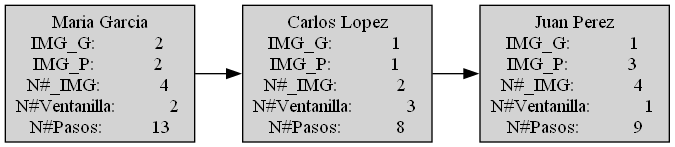
Serrano18/EDD_PROYECTO_202201989 keeps this Graphviz diagram as Proyecto/topmayores.dot.png. Above is the earlier version. Its source is kept beside it as Proyecto/topmayores.dot.
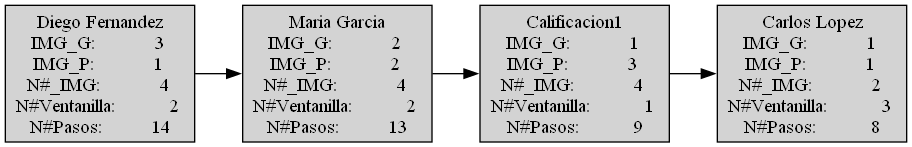
After the commit.

Change to the diagram source:
```diff
@@ -1,9 +1,11 @@
  digraph colac {
      node [shape=box, style=filled];
  rankdir = LR;
-      "Node           1 " [label="Maria Garcia\nIMG_G:            2 \nIMG_P:            2 \nN#_IMG:            4 \nN#Ventanilla:           2 \n N#Pasos:          13 ", shape=box];
+      "Node           1 " [label="Diego Fernandez\nIMG_G:            3 \nIMG_P:            1 \nN#_IMG:            4 \nN#Ventanilla:           2 \n N#Pasos:          14 ", shape=box];
      "Node           1 " -> "Node           2 ";
-      "Node           2 " [label="Carlos Lopez\nIMG_G:            1 \nIMG_P:            1 \nN#_IMG:            2 \nN#Ventanilla:           3 \n N#Pasos:           8 ", shape=box];
+      "Node           2 " [label="Maria Garcia\nIMG_G:            2 \nIMG_P:            2 \nN#_IMG:            4 \nN#Ventanilla:           2 \n N#Pasos:          13 ", shape=box];
      "Node           2 " -> "Node           3 ";
-      "Node           3 " [label="Juan Perez\nIMG_G:            1 \nIMG_P:            3 \nN#_IMG:            4 \nN#Ventanilla:           1 \n N#Pasos:           9 ", shape=box];
+      "Node           3 " [label="Calificacion1\nIMG_G:            1 \nIMG_P:            3 \nN#_IMG:            4 \nN#Ventanilla:           1 \n N#Pasos:           9 ", shape=box];
+     "Node           3 " -> "Node           4 ";
+      "Node           4 " [label="Carlos Lopez\nIMG_G:            1 \nIMG_P:            1 \nN#_IMG:            2 \nN#Ventanilla:           3 \n N#Pasos:           8 ", shape=box];
  }
```
